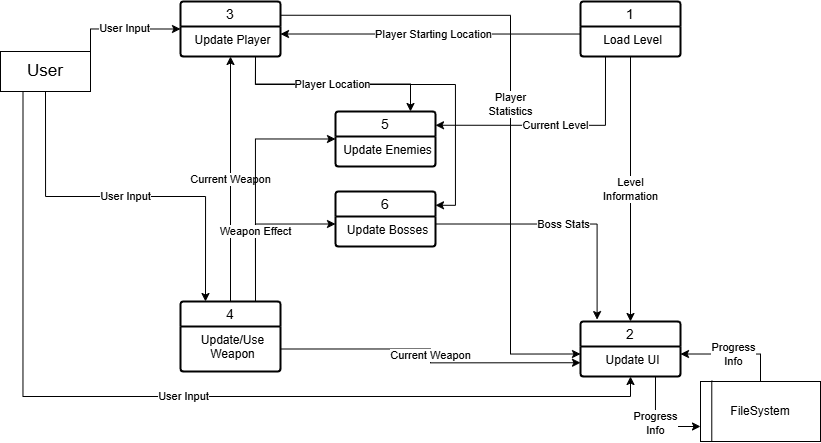
The draw.io diagram Documents/Diagram0_2-17-2025-Page-6.drawio.png in Enoch-Myers/Project-Maroon, before a commit. Source tidied: cells renumbered, new cells last; positions are measured from the earlier drawing's top-left corner, leaving out a move shared by most shapes.
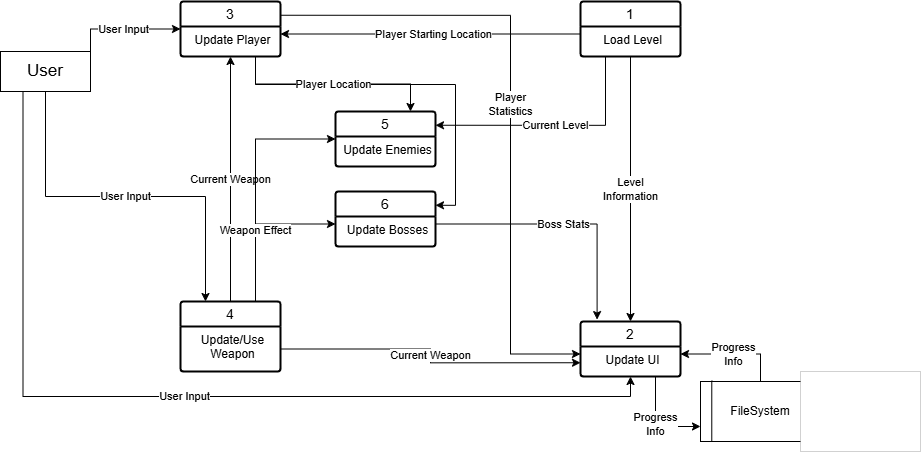
Later version of the same file.

Change to the diagram source:
```diff
@@ -115,5 +115,8 @@
     <mxCell id="32" value="Current Weapon" style="edgeStyle=orthogonalEdgeStyle;rounded=0;jettySize=auto;html=1;exitX=1;exitY=0.5;exitDx=0;exitDy=0;entryX=0;entryY=0.75;entryDx=0;entryDy=0;" parent="1" edge="1" source="27" target="15">
       <mxGeometry relative="1" as="geometry" />
     </mxCell>
+    <mxCell id="33" style="rounded=0;whiteSpace=wrap;html=1;strokeWidth=0;" parent="1" vertex="1">
+      <mxGeometry x="800" y="370" width="120" height="80" as="geometry" />
+    </mxCell>
   </root>
 </mxGraphModel>
```
